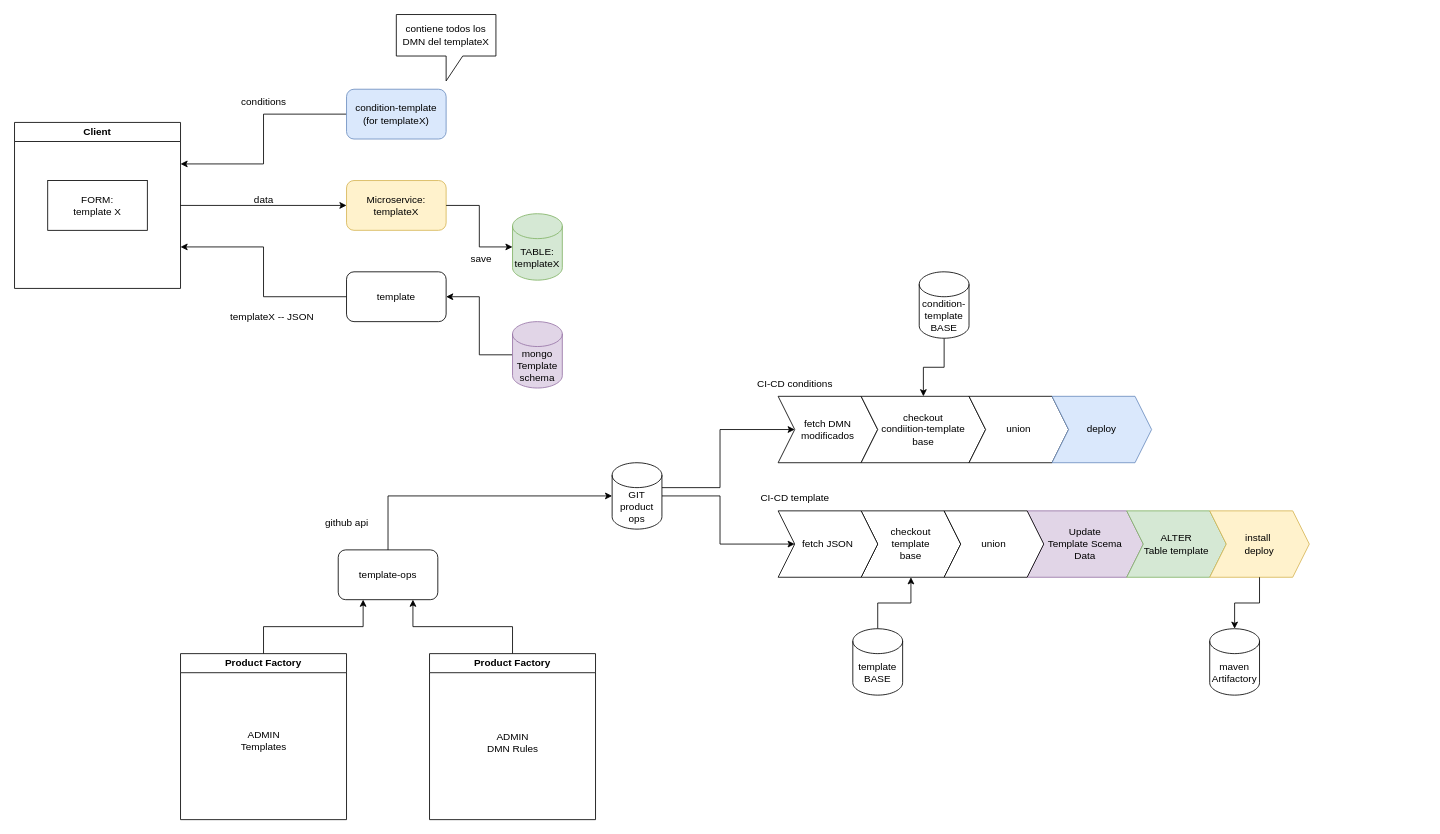
This is fabrica-productos.drawio from saman-core/docs, a draw.io file, before an edit. Source tidied: cells renumbered, new cells numbered last; positions are measured from the earlier drawing's top-left corner, leaving out a move shared by most shapes. Both pictures are drawn from the tidied source at 83%, with x=0, y=0 at pixel (14, 14). Pictures stored in the file or linked from it are replaced by grey dashed boxes.
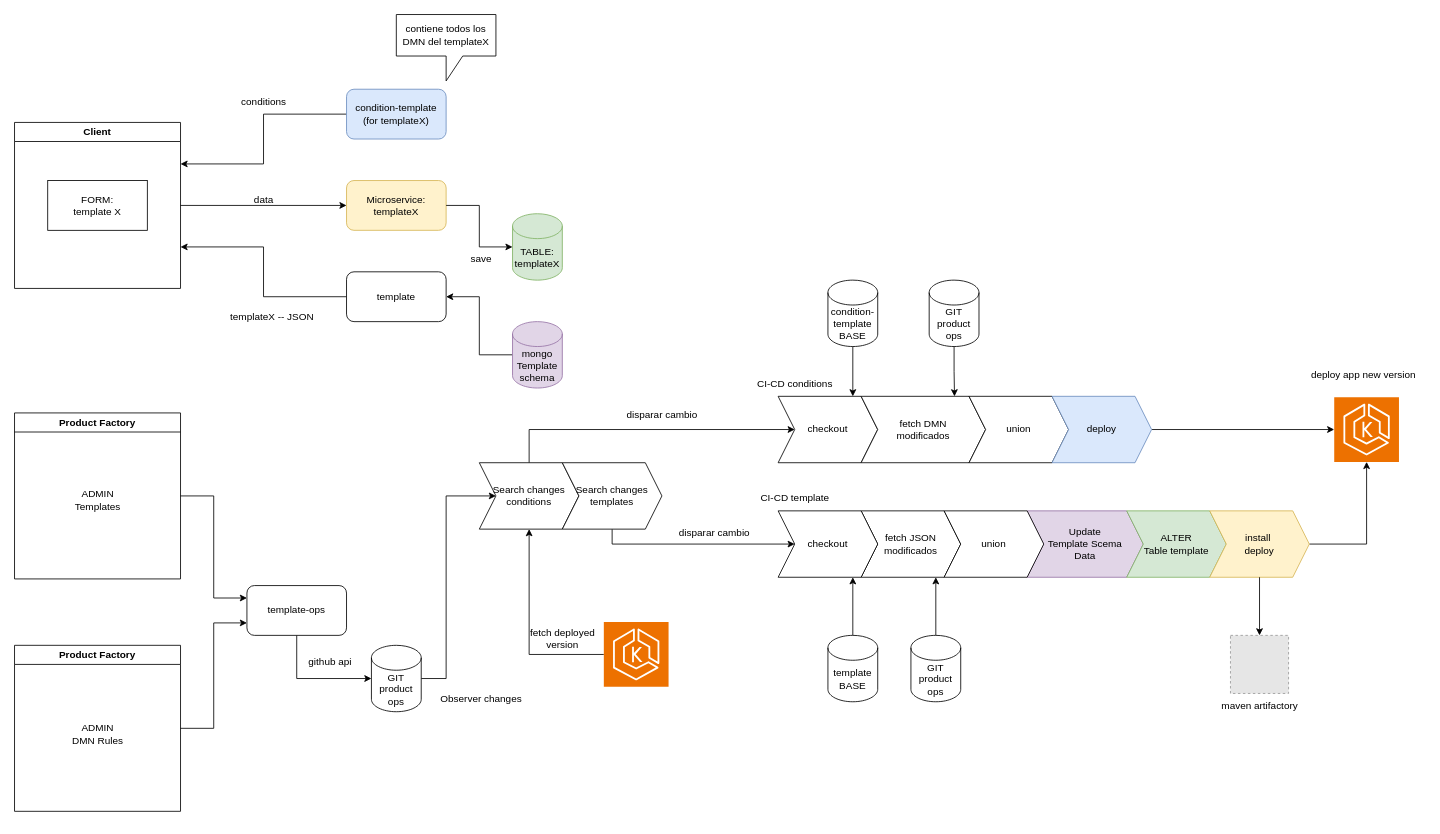
The same diagram, later.

Commit message:
update fabrica productos

The change refers to these unchanged cells:
```xml
<mxCell id="34" value="install&amp;nbsp;&lt;br&gt;deploy" style="shape=step;perimeter=stepPerimeter;whiteSpace=wrap;html=1;fixedSize=1;fillColor=#fff2cc;strokeColor=#d6b656;" parent="1" vertex="1">
  <mxGeometry x="1440" y="598" width="120" height="80" as="geometry" />
</mxCell>
<mxCell id="38" value="deploy" style="shape=step;perimeter=stepPerimeter;whiteSpace=wrap;html=1;fixedSize=1;fillColor=#dae8fc;strokeColor=#6c8ebf;" parent="1" vertex="1">
  <mxGeometry x="1250" y="460" width="120" height="80" as="geometry" />
</mxCell>
```

Diff of the diagram source:
```diff
@@
-    <mxCell id="2" style="edgeStyle=orthogonalEdgeStyle;rounded=0;jettySize=auto;html=1;entryX=0;entryY=0.5;entryDx=0;entryDy=0;" parent="1" edge="1" source="4" target="35">
-      <mxGeometry relative="1" as="geometry">
-        <Array as="points">
-          <mxPoint x="850" y="570" />
-          <mxPoint x="850" y="500" />
-        </Array>
-      </mxGeometry>
-    </mxCell>
-    <mxCell id="3" style="edgeStyle=orthogonalEdgeStyle;rounded=0;jettySize=auto;html=1;entryX=0;entryY=0.5;entryDx=0;entryDy=0;" parent="1" edge="1" source="4" target="45">
-      <mxGeometry relative="1" as="geometry" />
-    </mxCell>
+    <mxCell id="49" style="edgeStyle=orthogonalEdgeStyle;rounded=0;jettySize=auto;html=1;" parent="1" edge="1" source="4" target="53">
+      <mxGeometry relative="1" as="geometry">
+        <Array as="points">
+          <mxPoint x="520" y="800" />
+          <mxPoint x="520" y="580" />
+        </Array>
+      </mxGeometry>
+    </mxCell>
     <mxCell id="4" value="GIT&lt;br&gt;product ops" style="shape=cylinder3;whiteSpace=wrap;html=1;boundedLbl=1;backgroundOutline=1;size=15;" parent="1" vertex="1">
-      <mxGeometry x="720" y="540" width="60" height="80" as="geometry" />
+      <mxGeometry x="430" y="760" width="60" height="80" as="geometry" />
     </mxCell>
     <mxCell id="5" style="edgeStyle=orthogonalEdgeStyle;rounded=0;jettySize=auto;html=1;" parent="1" edge="1" source="6" target="4">
       <mxGeometry relative="1" as="geometry">
         <Array as="points">
-          <mxPoint x="450" y="580" />
+          <mxPoint x="340" y="800" />
         </Array>
       </mxGeometry>
     </mxCell>
     <mxCell id="6" value="template-ops" style="rounded=1;whiteSpace=wrap;html=1;" parent="1" vertex="1">
-      <mxGeometry x="390" y="645" width="120" height="60" as="geometry" />
+      <mxGeometry x="280" y="688" width="120" height="60" as="geometry" />
     </mxCell>
     <mxCell id="7" value="github api" style="text;html=1;align=center;verticalAlign=middle;strokeColor=none;fillColor=none;" parent="1" vertex="1">
-      <mxGeometry x="360" y="598" width="80" height="30" as="geometry" />
+      <mxGeometry x="340" y="765" width="80" height="30" as="geometry" />
     </mxCell>
-    <mxCell id="8" style="edgeStyle=orthogonalEdgeStyle;rounded=0;jettySize=auto;html=1;entryX=0.25;entryY=1;entryDx=0;entryDy=0;" parent="1" edge="1" source="9" target="6">
+    <mxCell id="8" style="edgeStyle=orthogonalEdgeStyle;rounded=0;jettySize=auto;html=1;entryX=0;entryY=0.25;entryDx=0;entryDy=0;" parent="1" edge="1" source="9" target="6">
       <mxGeometry relative="1" as="geometry" />
     </mxCell>
     <mxCell id="9" value="Product Factory" style="swimlane;whiteSpace=wrap;html=1;" parent="1" vertex="1">
-      <mxGeometry x="200" y="770" width="200" height="200" as="geometry" />
+      <mxGeometry y="480" width="200" height="200" as="geometry" />
     </mxCell>
@@
-    <mxCell id="11" style="edgeStyle=orthogonalEdgeStyle;rounded=0;jettySize=auto;html=1;entryX=0.75;entryY=1;entryDx=0;entryDy=0;" parent="1" edge="1" source="12" target="6">
+    <mxCell id="11" style="edgeStyle=orthogonalEdgeStyle;rounded=0;jettySize=auto;html=1;entryX=0;entryY=0.75;entryDx=0;entryDy=0;" parent="1" edge="1" source="12" target="6">
       <mxGeometry relative="1" as="geometry" />
     </mxCell>
     <mxCell id="12" value="Product Factory" style="swimlane;whiteSpace=wrap;html=1;" parent="1" vertex="1">
-      <mxGeometry x="500" y="770" width="200" height="200" as="geometry" />
+      <mxGeometry y="760" width="200" height="200" as="geometry" />
     </mxCell>
@@
-    <mxCell id="33" value="checkout&lt;br&gt;template&lt;br&gt;base" style="shape=step;perimeter=stepPerimeter;whiteSpace=wrap;html=1;fixedSize=1;" parent="1" vertex="1">
+    <mxCell id="33" value="fetch JSON&lt;br style=&quot;border-color: var(--border-color);&quot;&gt;modificados" style="shape=step;perimeter=stepPerimeter;whiteSpace=wrap;html=1;fixedSize=1;" parent="1" vertex="1">
       <mxGeometry x="1020" y="598" width="120" height="80" as="geometry" />
     </mxCell>
+    <mxCell id="50" style="edgeStyle=orthogonalEdgeStyle;rounded=0;jettySize=auto;html=1;exitX=1;exitY=0.5;exitDx=0;exitDy=0;" parent="1" edge="1" source="34" target="64">
+      <mxGeometry relative="1" as="geometry" />
+    </mxCell>
@@
-    <mxCell id="35" value="fetch DMN&lt;br&gt;modificados" style="shape=step;perimeter=stepPerimeter;whiteSpace=wrap;html=1;fixedSize=1;" parent="1" vertex="1">
+    <mxCell id="35" value="checkout" style="shape=step;perimeter=stepPerimeter;whiteSpace=wrap;html=1;fixedSize=1;" parent="1" vertex="1">
       <mxGeometry x="920" y="460" width="120" height="80" as="geometry" />
     </mxCell>
-    <mxCell id="36" value="checkout&lt;br&gt;condiition-template&lt;br&gt;base" style="shape=step;perimeter=stepPerimeter;whiteSpace=wrap;html=1;fixedSize=1;" parent="1" vertex="1">
+    <mxCell id="36" value="fetch DMN&lt;br style=&quot;border-color: var(--border-color);&quot;&gt;modificados" style="shape=step;perimeter=stepPerimeter;whiteSpace=wrap;html=1;fixedSize=1;" parent="1" vertex="1">
       <mxGeometry x="1020" y="460" width="150" height="80" as="geometry" />
     </mxCell>
@@
+    <mxCell id="51" style="edgeStyle=orthogonalEdgeStyle;rounded=0;jettySize=auto;html=1;" parent="1" edge="1" source="38" target="64">
+      <mxGeometry relative="1" as="geometry" />
+    </mxCell>
@@
-    <mxCell id="41" style="edgeStyle=orthogonalEdgeStyle;rounded=0;jettySize=auto;html=1;entryX=0.5;entryY=0;entryDx=0;entryDy=0;" parent="1" edge="1" source="42" target="36">
+    <mxCell id="41" style="edgeStyle=orthogonalEdgeStyle;rounded=0;jettySize=auto;html=1;entryX=0.75;entryY=0;entryDx=0;entryDy=0;" parent="1" edge="1" source="42" target="35">
       <mxGeometry relative="1" as="geometry" />
     </mxCell>
     <mxCell id="42" value="condition-template&lt;br&gt;BASE" style="shape=cylinder3;whiteSpace=wrap;html=1;boundedLbl=1;backgroundOutline=1;size=15;" parent="1" vertex="1">
-      <mxGeometry x="1090" y="310" width="60" height="80" as="geometry" />
+      <mxGeometry x="980" y="320" width="60" height="80" as="geometry" />
     </mxCell>
-    <mxCell id="43" style="edgeStyle=orthogonalEdgeStyle;rounded=0;jettySize=auto;html=1;" parent="1" edge="1" source="44" target="33">
+    <mxCell id="43" style="edgeStyle=orthogonalEdgeStyle;rounded=0;jettySize=auto;html=1;entryX=0.75;entryY=1;entryDx=0;entryDy=0;" parent="1" edge="1" source="44" target="45">
       <mxGeometry relative="1" as="geometry" />
     </mxCell>
     <mxCell id="44" value="template&lt;br&gt;BASE" style="shape=cylinder3;whiteSpace=wrap;html=1;boundedLbl=1;backgroundOutline=1;size=15;" parent="1" vertex="1">
-      <mxGeometry x="1010" y="740" width="60" height="80" as="geometry" />
+      <mxGeometry x="980" y="748" width="60" height="80" as="geometry" />
     </mxCell>
-    <mxCell id="45" value="fetch JSON" style="shape=step;perimeter=stepPerimeter;whiteSpace=wrap;html=1;fixedSize=1;" parent="1" vertex="1">
+    <mxCell id="45" value="checkout" style="shape=step;perimeter=stepPerimeter;whiteSpace=wrap;html=1;fixedSize=1;" parent="1" vertex="1">
       <mxGeometry x="920" y="598" width="120" height="80" as="geometry" />
     </mxCell>
@@
-    <mxCell id="47" value="maven&lt;br&gt;Artifactory" style="shape=cylinder3;whiteSpace=wrap;html=1;boundedLbl=1;backgroundOutline=1;size=15;" parent="1" vertex="1">
-      <mxGeometry x="1440" y="740" width="60" height="80" as="geometry" />
-    </mxCell>
-    <mxCell id="48" style="edgeStyle=orthogonalEdgeStyle;rounded=0;jettySize=auto;html=1;entryX=0.5;entryY=0;entryDx=0;entryDy=0;entryPerimeter=0;" parent="1" edge="1" source="34" target="47">
+    <mxCell id="48" style="edgeStyle=orthogonalEdgeStyle;rounded=0;jettySize=auto;html=1;" parent="1" edge="1" source="34" target="66">
       <mxGeometry relative="1" as="geometry" />
     </mxCell>
+    <mxCell id="52" style="edgeStyle=orthogonalEdgeStyle;rounded=0;jettySize=auto;html=1;" parent="1" edge="1" source="53" target="35">
+      <mxGeometry relative="1" as="geometry">
+        <Array as="points">
+          <mxPoint x="620" y="500" />
+        </Array>
+      </mxGeometry>
+    </mxCell>
+    <mxCell id="53" value="Search changes&lt;br&gt;conditions" style="shape=step;perimeter=stepPerimeter;whiteSpace=wrap;html=1;fixedSize=1;" parent="1" vertex="1">
+      <mxGeometry x="560" y="540" width="120" height="80" as="geometry" />
+    </mxCell>
+    <mxCell id="54" value="Observer changes" style="text;html=1;align=center;verticalAlign=middle;strokeColor=none;fillColor=none;" parent="1" vertex="1">
+      <mxGeometry x="502" y="810" width="120" height="30" as="geometry" />
+    </mxCell>
+    <mxCell id="55" style="edgeStyle=orthogonalEdgeStyle;rounded=0;jettySize=auto;html=1;" parent="1" edge="1" source="56" target="45">
+      <mxGeometry relative="1" as="geometry">
+        <Array as="points">
+          <mxPoint x="720" y="638" />
+        </Array>
+      </mxGeometry>
+    </mxCell>
+    <mxCell id="56" value="Search changes&lt;br&gt;templates" style="shape=step;perimeter=stepPerimeter;whiteSpace=wrap;html=1;fixedSize=1;" parent="1" vertex="1">
+      <mxGeometry x="660" y="540" width="120" height="80" as="geometry" />
+    </mxCell>
+    <mxCell id="57" style="edgeStyle=orthogonalEdgeStyle;rounded=0;jettySize=auto;html=1;entryX=0.75;entryY=0;entryDx=0;entryDy=0;" parent="1" edge="1" source="58" target="36">
+      <mxGeometry relative="1" as="geometry" />
+    </mxCell>
+    <mxCell id="58" value="GIT&lt;br&gt;product ops" style="shape=cylinder3;whiteSpace=wrap;html=1;boundedLbl=1;backgroundOutline=1;size=15;" parent="1" vertex="1">
+      <mxGeometry x="1102" y="320" width="60" height="80" as="geometry" />
+    </mxCell>
+    <mxCell id="59" style="edgeStyle=orthogonalEdgeStyle;rounded=0;jettySize=auto;html=1;entryX=0.75;entryY=1;entryDx=0;entryDy=0;" parent="1" edge="1" source="60" target="33">
+      <mxGeometry relative="1" as="geometry" />
+    </mxCell>
+    <mxCell id="60" value="GIT&lt;br&gt;product ops" style="shape=cylinder3;whiteSpace=wrap;html=1;boundedLbl=1;backgroundOutline=1;size=15;" parent="1" vertex="1">
+      <mxGeometry x="1080" y="748" width="60" height="80" as="geometry" />
+    </mxCell>
+    <mxCell id="61" style="edgeStyle=orthogonalEdgeStyle;rounded=0;jettySize=auto;html=1;entryX=0.5;entryY=1;entryDx=0;entryDy=0;" parent="1" edge="1" source="62" target="53">
+      <mxGeometry relative="1" as="geometry" />
+    </mxCell>
+    <mxCell id="62" style="sketch=0;points=[[0,0,0],[0.25,0,0],[0.5,0,0],[0.75,0,0],[1,0,0],[0,1,0],[0.25,1,0],[0.5,1,0],[0.75,1,0],[1,1,0],[0,0.25,0],[0,0.5,0],[0,0.75,0],[1,0.25,0],[1,0.5,0],[1,0.75,0]];outlineConnect=0;fontColor=#232F3E;fillColor=#ED7100;strokeColor=#ffffff;dashed=0;verticalLabelPosition=bottom;verticalAlign=top;align=center;html=1;fontSize=12;fontStyle=0;shape=mxgraph.aws4.resourceIcon;resIcon=mxgraph.aws4.eks;" parent="1" vertex="1">
+      <mxGeometry x="710" y="732" width="78" height="78" as="geometry" />
+    </mxCell>
+    <mxCell id="63" value="fetch deployed&lt;br&gt;version" style="text;html=1;align=center;verticalAlign=middle;strokeColor=none;fillColor=none;" parent="1" vertex="1">
+      <mxGeometry x="610" y="732" width="100" height="40" as="geometry" />
+    </mxCell>
+    <mxCell id="64" style="sketch=0;points=[[0,0,0],[0.25,0,0],[0.5,0,0],[0.75,0,0],[1,0,0],[0,1,0],[0.25,1,0],[0.5,1,0],[0.75,1,0],[1,1,0],[0,0.25,0],[0,0.5,0],[0,0.75,0],[1,0.25,0],[1,0.5,0],[1,0.75,0]];outlineConnect=0;fontColor=#232F3E;fillColor=#ED7100;strokeColor=#ffffff;dashed=0;verticalLabelPosition=bottom;verticalAlign=top;align=center;html=1;fontSize=12;fontStyle=0;shape=mxgraph.aws4.resourceIcon;resIcon=mxgraph.aws4.eks;" parent="1" vertex="1">
+      <mxGeometry x="1590" y="461" width="78" height="78" as="geometry" />
+    </mxCell>
+    <mxCell id="65" value="deploy app new version" style="text;html=1;align=center;verticalAlign=middle;strokeColor=none;fillColor=none;" parent="1" vertex="1">
+      <mxGeometry x="1550" y="420" width="150" height="30" as="geometry" />
+    </mxCell>
+    <mxCell id="66" style="fillColor=#E6E6E6;strokeColor=#999999;dashed=1;verticalLabelPosition=bottom;verticalAlign=top;" parent="1" vertex="1">
+      <mxGeometry x="1465" y="748" width="70" height="70" as="geometry" />
+    </mxCell>
+    <mxCell id="67" value="maven artifactory" style="text;html=1;align=center;verticalAlign=middle;strokeColor=none;fillColor=none;" parent="1" vertex="1">
+      <mxGeometry x="1440" y="818" width="120" height="30" as="geometry" />
+    </mxCell>
+    <mxCell id="68" value="disparar cambio" style="text;html=1;align=center;verticalAlign=middle;strokeColor=none;fillColor=none;" parent="1" vertex="1">
+      <mxGeometry x="725" y="468" width="110" height="30" as="geometry" />
+    </mxCell>
+    <mxCell id="69" value="disparar cambio" style="text;html=1;align=center;verticalAlign=middle;strokeColor=none;fillColor=none;" parent="1" vertex="1">
+      <mxGeometry x="788" y="610" width="110" height="30" as="geometry" />
+    </mxCell>
```
